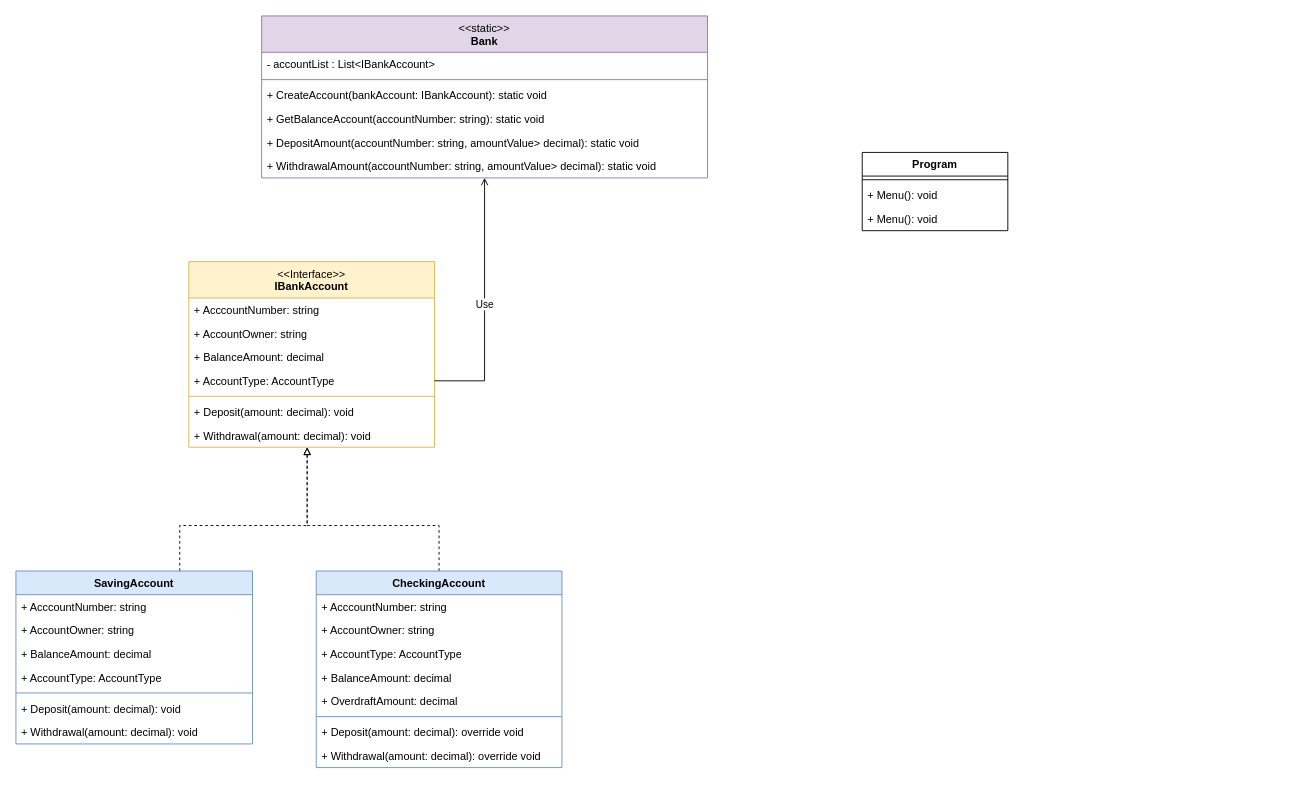
Jucer74/BackDevelopment keeps this draw.io diagram as Exams/Exam-02/Images/Diagram.drawio. Above is the earlier version. Source tidied: cells renumbered, new cells numbered last; positions are measured from the earlier drawing's top-left corner, leaving out a move shared by most shapes. Both pictures are drawn from the tidied source at 91%, with x=0, y=0 at pixel (15, 15).
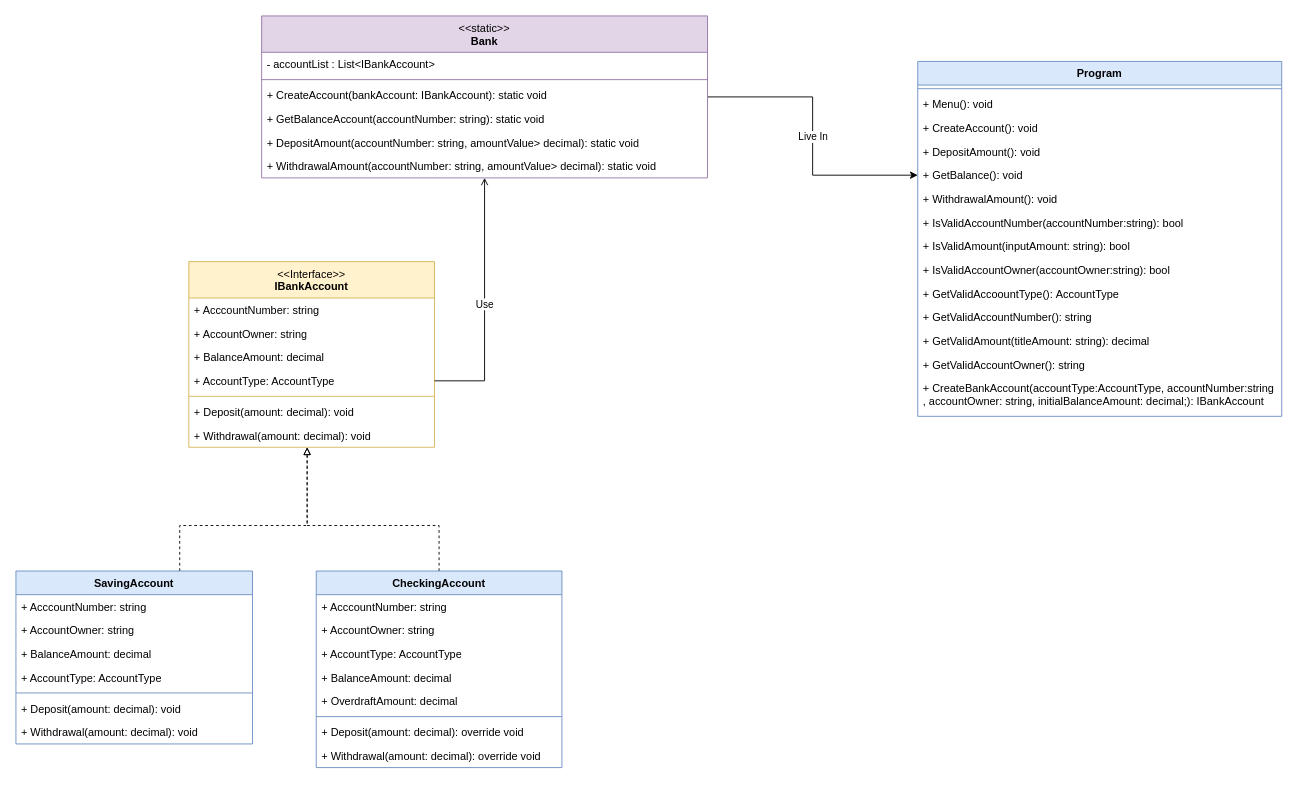
Above is the later version.

Commit message (it also covers changes not shown here):
Update Readme and Upload Class Diagram

Unchanged cells that the change refers to:
```xml
<mxCell id="29" value="&lt;span style=&quot;font-weight: 400;&quot;&gt;&amp;lt;&amp;lt;static&amp;gt;&amp;gt;&lt;/span&gt;&lt;br&gt;Bank" style="swimlane;fontStyle=1;align=center;verticalAlign=top;horizontal=1;startSize=40;whiteSpace=wrap;html=1;fillColor=#e1d5e7;strokeColor=#9673a6;" parent="1" vertex="1">
  <mxGeometry x="270" width="490" height="178" as="geometry" />
</mxCell>
```

Change to the diagram source:
```diff
@@
+    <mxCell id="41" value="Live In" style="edgeStyle=orthogonalEdgeStyle;rounded=0;jettySize=auto;html=1;" parent="1" edge="1" source="29" target="43">
+      <mxGeometry relative="1" as="geometry" />
+    </mxCell>
@@
-    <mxCell id="36" value="Program" style="swimlane;fontStyle=1;align=center;verticalAlign=top;horizontal=1;startSize=26;whiteSpace=wrap;html=1;" parent="1" vertex="1">
-      <mxGeometry x="930" y="150" width="160" height="86" as="geometry" />
+    <mxCell id="36" value="Program" style="swimlane;fontStyle=1;align=center;verticalAlign=top;horizontal=1;startSize=26;whiteSpace=wrap;html=1;fillColor=#dae8fc;strokeColor=#6c8ebf;" parent="1" vertex="1">
+      <mxGeometry x="991" y="50" width="400" height="390" as="geometry" />
     </mxCell>
     <mxCell id="37" style="line;strokeWidth=1;fillColor=none;align=left;verticalAlign=middle;spacingTop=-1;spacingLeft=3;spacingRight=3;labelPosition=right;strokeColor=inherit;" parent="36" vertex="1">
-      <mxGeometry y="26" width="160" height="8" as="geometry" />
+      <mxGeometry y="26" width="400" height="8" as="geometry" />
     </mxCell>
     <mxCell id="38" value="+ Menu(): void" style="text;strokeColor=none;fillColor=none;align=left;verticalAlign=top;spacingLeft=4;spacingRight=4;overflow=hidden;whiteSpace=wrap;html=1;" parent="36" vertex="1">
-      <mxGeometry y="34" width="160" height="26" as="geometry" />
+      <mxGeometry y="34" width="400" height="26" as="geometry" />
     </mxCell>
-    <mxCell id="39" value="+ Menu(): void" style="text;strokeColor=none;fillColor=none;align=left;verticalAlign=top;spacingLeft=4;spacingRight=4;overflow=hidden;whiteSpace=wrap;html=1;" parent="36" vertex="1">
-      <mxGeometry y="60" width="160" height="26" as="geometry" />
+    <mxCell id="39" value="+ CreateAccount(): void" style="text;strokeColor=none;fillColor=none;align=left;verticalAlign=top;spacingLeft=4;spacingRight=4;overflow=hidden;whiteSpace=wrap;html=1;" parent="36" vertex="1">
+      <mxGeometry y="60" width="400" height="26" as="geometry" />
     </mxCell>
+    <mxCell id="42" value="+ DepositAmount(): void" style="text;strokeColor=none;fillColor=none;align=left;verticalAlign=top;spacingLeft=4;spacingRight=4;overflow=hidden;whiteSpace=wrap;html=1;" parent="36" vertex="1">
+      <mxGeometry y="86" width="400" height="26" as="geometry" />
+    </mxCell>
+    <mxCell id="43" value="+ GetBalance(): void" style="text;strokeColor=none;fillColor=none;align=left;verticalAlign=top;spacingLeft=4;spacingRight=4;overflow=hidden;points=[[0,0.5],[1,0.5]];portConstraint=eastwest;whiteSpace=wrap;html=1;" parent="36" vertex="1">
+      <mxGeometry y="112" width="400" height="26" as="geometry" />
+    </mxCell>
+    <mxCell id="44" value="+ WithdrawalAmount(): void" style="text;strokeColor=none;fillColor=none;align=left;verticalAlign=top;spacingLeft=4;spacingRight=4;overflow=hidden;whiteSpace=wrap;html=1;" parent="36" vertex="1">
+      <mxGeometry y="138" width="400" height="26" as="geometry" />
+    </mxCell>
+    <mxCell id="45" value="+ IsValidAccountNumber(accountNumber:string): bool" style="text;strokeColor=none;fillColor=none;align=left;verticalAlign=top;spacingLeft=4;spacingRight=4;overflow=hidden;whiteSpace=wrap;html=1;" parent="36" vertex="1">
+      <mxGeometry y="164" width="400" height="26" as="geometry" />
+    </mxCell>
+    <mxCell id="46" value="+ IsValidAmount(inputAmount: string):&amp;nbsp;bool" style="text;strokeColor=none;fillColor=none;align=left;verticalAlign=top;spacingLeft=4;spacingRight=4;overflow=hidden;whiteSpace=wrap;html=1;" parent="36" vertex="1">
+      <mxGeometry y="190" width="400" height="26" as="geometry" />
+    </mxCell>
+    <mxCell id="47" value="+ IsValidAccountOwner(accountOwner:string): bool" style="text;strokeColor=none;fillColor=none;align=left;verticalAlign=top;spacingLeft=4;spacingRight=4;overflow=hidden;whiteSpace=wrap;html=1;" parent="36" vertex="1">
+      <mxGeometry y="216" width="400" height="26" as="geometry" />
+    </mxCell>
+    <mxCell id="48" value="+&amp;nbsp;GetValidAccoountType():&amp;nbsp;AccountType" style="text;strokeColor=none;fillColor=none;align=left;verticalAlign=top;spacingLeft=4;spacingRight=4;overflow=hidden;whiteSpace=wrap;html=1;" parent="36" vertex="1">
+      <mxGeometry y="242" width="400" height="26" as="geometry" />
+    </mxCell>
+    <mxCell id="49" value="+&amp;nbsp;GetValidAccountNumber():&amp;nbsp;string" style="text;strokeColor=none;fillColor=none;align=left;verticalAlign=top;spacingLeft=4;spacingRight=4;overflow=hidden;whiteSpace=wrap;html=1;" parent="36" vertex="1">
+      <mxGeometry y="268" width="400" height="26" as="geometry" />
+    </mxCell>
+    <mxCell id="50" value="+&amp;nbsp;GetValidAmount(titleAmount:&amp;nbsp;string):&amp;nbsp;decimal" style="text;strokeColor=none;fillColor=none;align=left;verticalAlign=top;spacingLeft=4;spacingRight=4;overflow=hidden;whiteSpace=wrap;html=1;" parent="36" vertex="1">
+      <mxGeometry y="294" width="400" height="26" as="geometry" />
+    </mxCell>
+    <mxCell id="51" value="+ GetValidAccountOwner():&amp;nbsp;string" style="text;strokeColor=none;fillColor=none;align=left;verticalAlign=top;spacingLeft=4;spacingRight=4;overflow=hidden;whiteSpace=wrap;html=1;" parent="36" vertex="1">
+      <mxGeometry y="320" width="400" height="26" as="geometry" />
+    </mxCell>
+    <mxCell id="52" value="+ CreateBankAccount(accountType:AccountType, accountNumber:string&amp;nbsp;&lt;br&gt;, accountOwner: string, initialBalanceAmount: decimal;): IBankAccount&amp;nbsp;" style="text;strokeColor=none;fillColor=none;align=left;verticalAlign=top;spacingLeft=4;spacingRight=4;overflow=hidden;whiteSpace=wrap;html=1;" parent="36" vertex="1">
+      <mxGeometry y="346" width="400" height="44" as="geometry" />
+    </mxCell>
```
